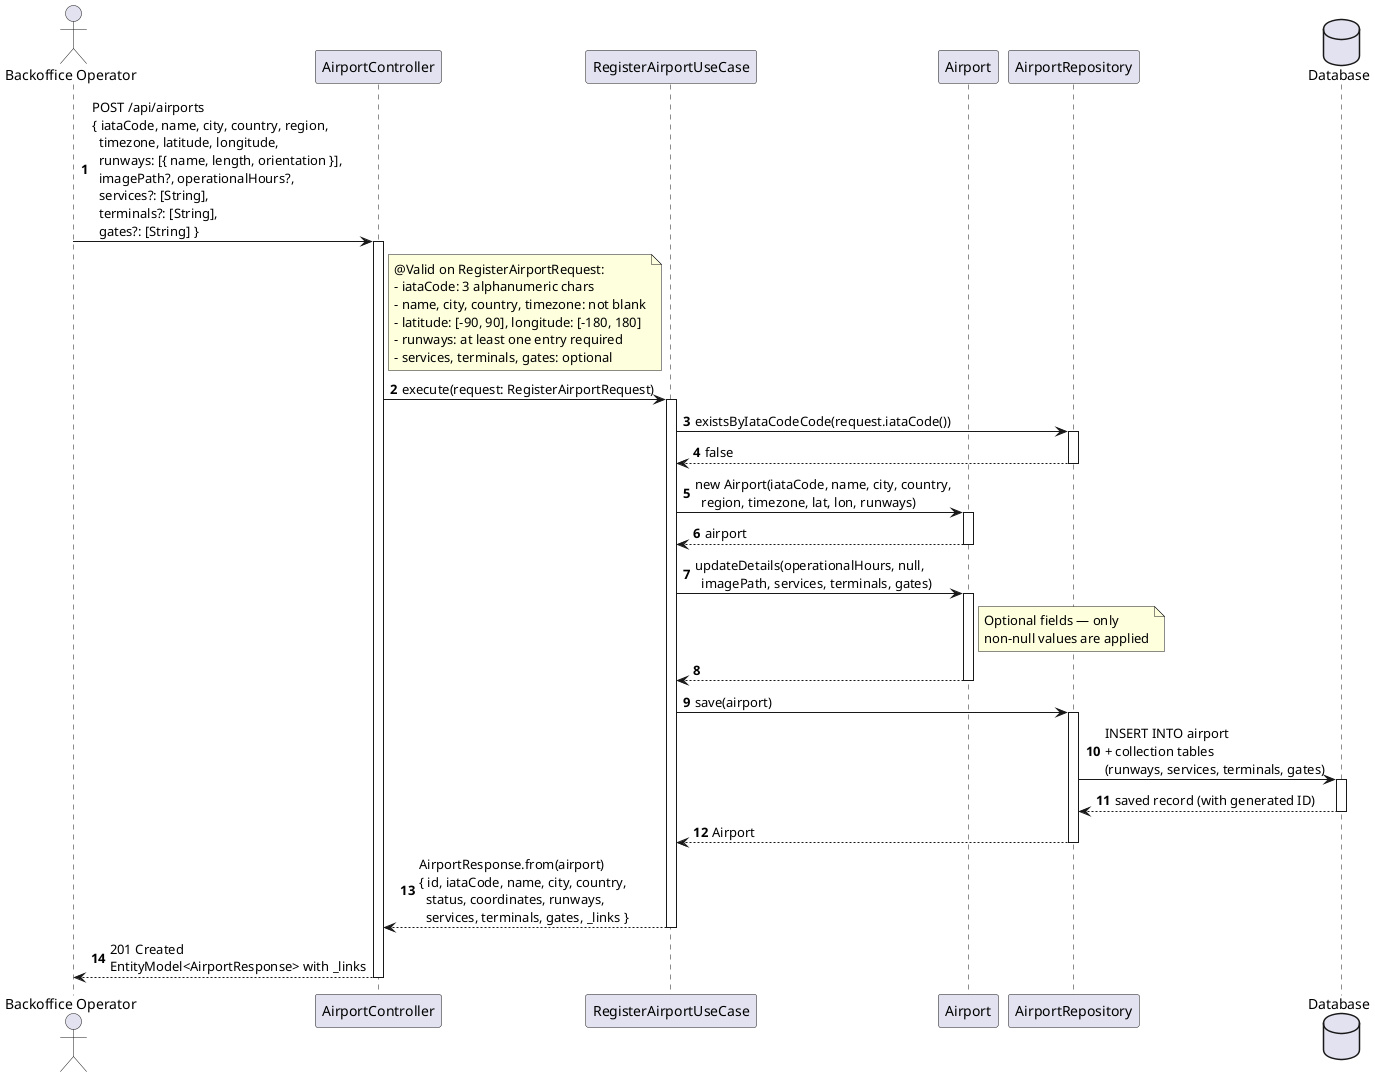
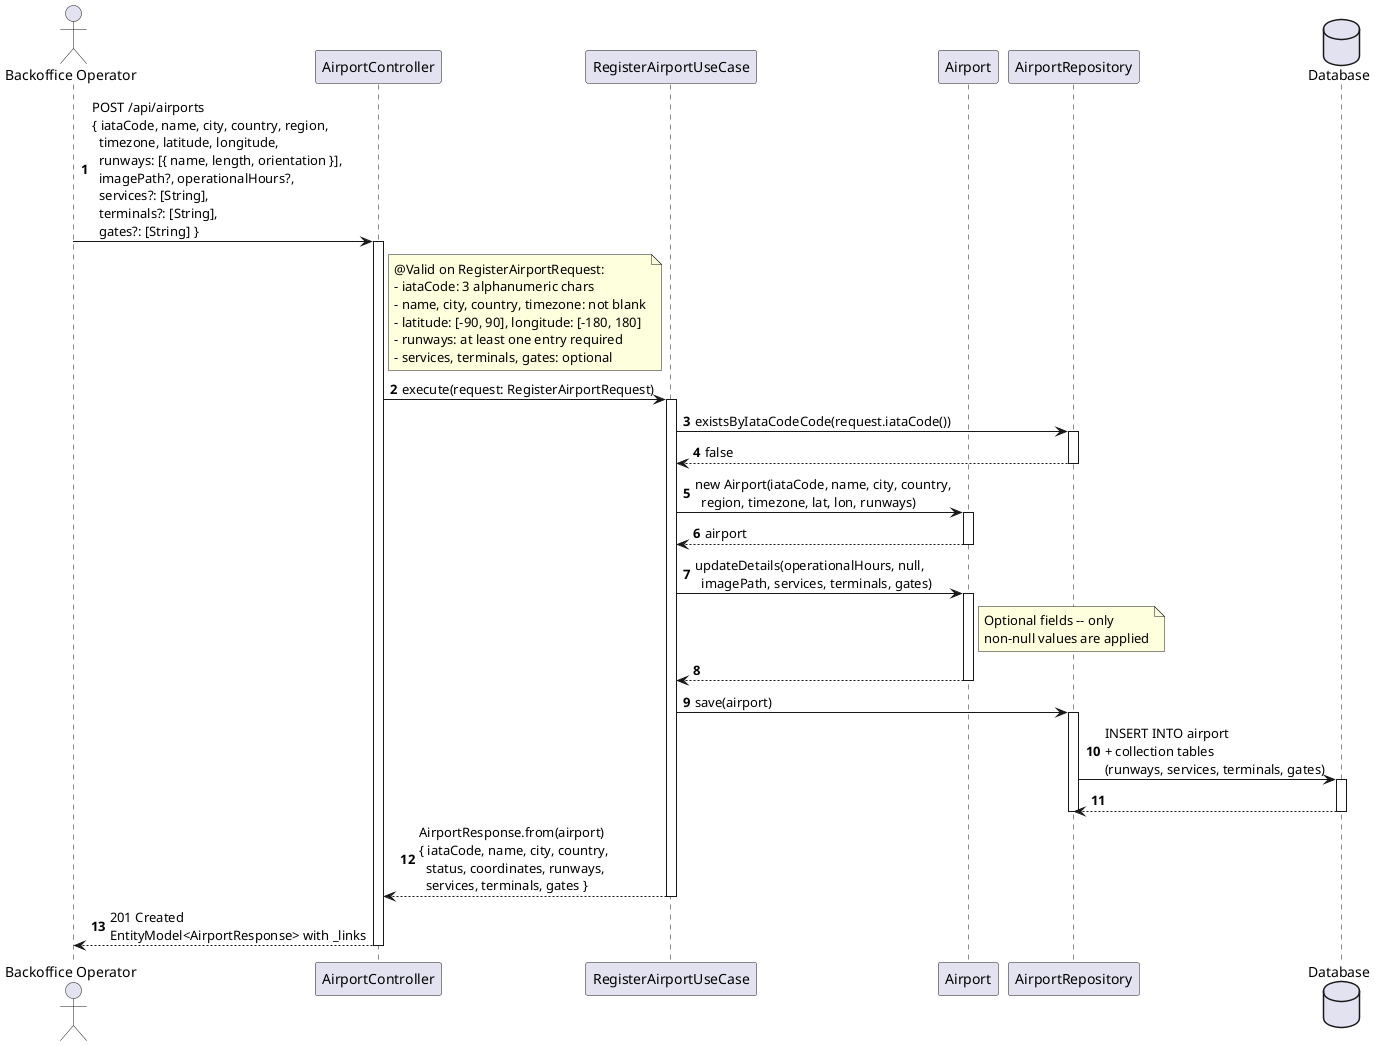
@startuml
autonumber
actor "Backoffice Operator" as BO
participant "AirportController" as Ctrl
participant "RegisterAirportUseCase" as UC
participant "Airport" as Entity
participant "AirportRepository" as Repo
database "Database" as DB

BO -> Ctrl : POST /api/airports\n{ iataCode, name, city, country, region,\n  timezone, latitude, longitude,\n  runways: [{ name, length, orientation }],\n  imagePath?, operationalHours?,\n  services?: [String],\n  terminals?: [String],\n  gates?: [String] }
activate Ctrl

note right of Ctrl
  @Valid on RegisterAirportRequest:
  - iataCode: 3 alphanumeric chars
  - name, city, country, timezone: not blank
  - latitude: [-90, 90], longitude: [-180, 180]
  - runways: at least one entry required
  - services, terminals, gates: optional
end note

Ctrl -> UC : execute(request: RegisterAirportRequest)
activate UC

UC -> Repo : existsByIataCodeCode(request.iataCode())
activate Repo
Repo --> UC : false
deactivate Repo

UC -> Entity : new Airport(iataCode, name, city, country,\n  region, timezone, lat, lon, runways)
activate Entity
Entity --> UC : airport
deactivate Entity

UC -> Entity : updateDetails(operationalHours, null,\n  imagePath, services, terminals, gates)
activate Entity
- note right of Entity : Optional fields — only\nnon-null values are applied
+ note right of Entity : Optional fields -- only\nnon-null values are applied
Entity --> UC
deactivate Entity

UC -> Repo : save(airport)
activate Repo
Repo -> DB : INSERT INTO airport\n+ collection tables\n(runways, services, terminals, gates)
activate DB
- DB --> Repo : saved record (with generated ID)
+ DB --> Repo
deactivate DB
- Repo --> UC : Airport
deactivate Repo

- UC --> Ctrl : AirportResponse.from(airport)\n{ id, iataCode, name, city, country,\n  status, coordinates, runways,\n  services, terminals, gates, _links }
+ UC --> Ctrl : AirportResponse.from(airport)\n{ iataCode, name, city, country,\n  status, coordinates, runways,\n  services, terminals, gates }
deactivate UC

Ctrl --> BO : 201 Created\nEntityModel<AirportResponse> with _links
deactivate Ctrl
@enduml
